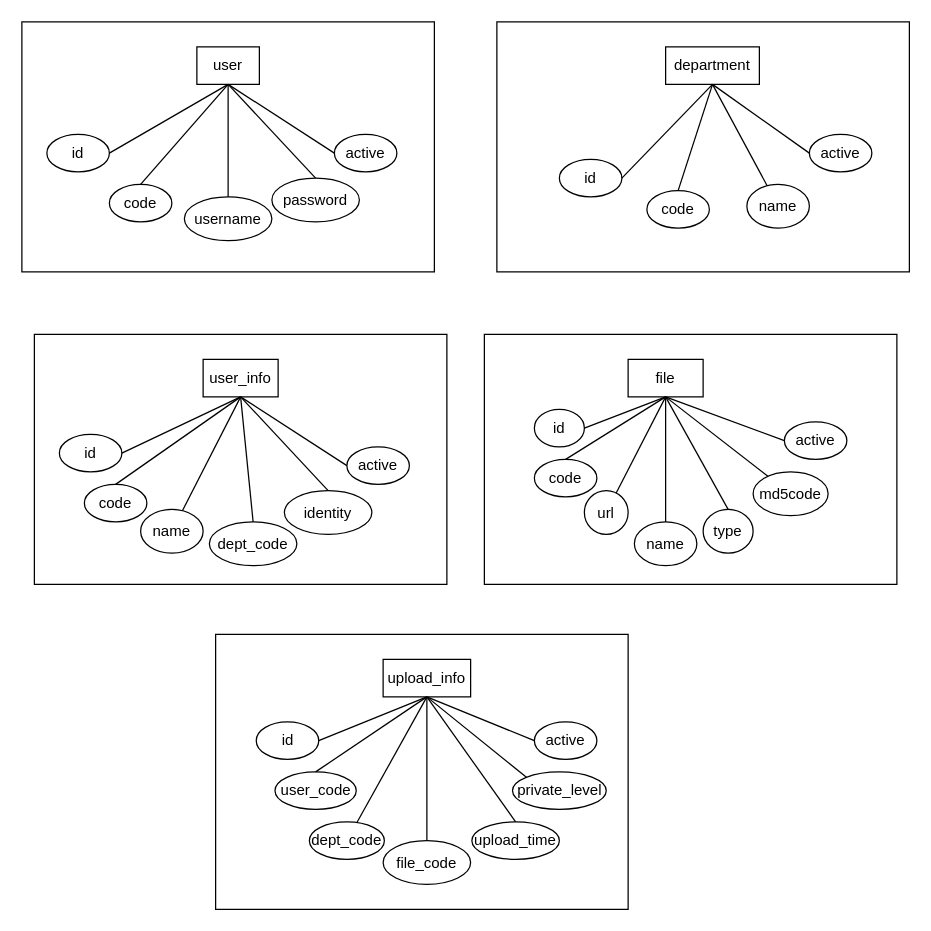
Above: er1.drawio in ppp-203/ppp-203 (draw.io), before the change. Source tidied: cells renumbered, new cells numbered last; positions are measured from the earlier drawing's top-left corner, leaving out a move shared by most shapes. Both pictures are drawn from the tidied source at 125%, with x=0, y=0 at pixel (21, 21).
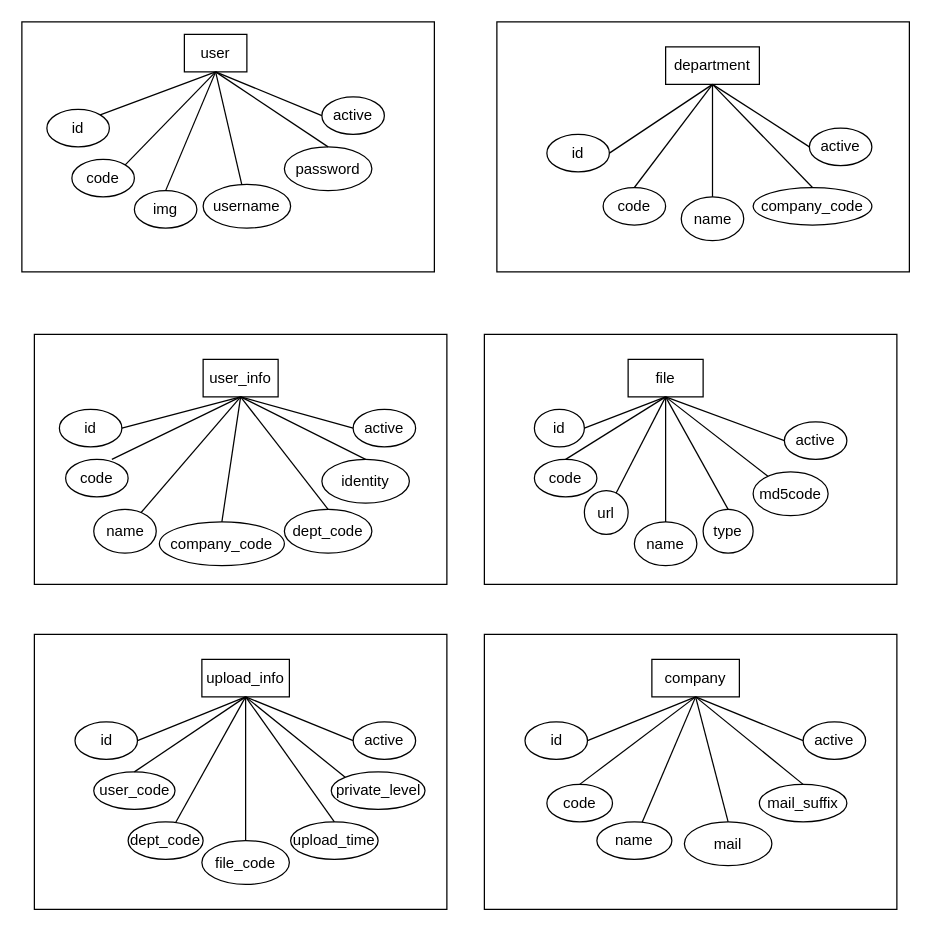
The same diagram, later.

Unchanged cells that the change refers to:
```xml
<mxCell id="15" value="user_info" style="rounded=0;whiteSpace=wrap;html=1;" parent="1" vertex="1">
  <mxGeometry x="145" y="270" width="60" height="30" as="geometry" />
</mxCell>
<mxCell id="29" value="department" style="rounded=0;whiteSpace=wrap;html=1;" parent="1" vertex="1">
  <mxGeometry x="515" y="20" width="75" height="30" as="geometry" />
</mxCell>
```

The edit, as a diff of the source:
```diff
@@
     <mxCell id="3" value="user" style="rounded=0;whiteSpace=wrap;html=1;" parent="1" vertex="1">
-      <mxGeometry x="140" y="20" width="50" height="30" as="geometry" />
+      <mxGeometry x="130" y="10" width="50" height="30" as="geometry" />
     </mxCell>
     <mxCell id="4" value="id" style="ellipse;whiteSpace=wrap;html=1;" parent="1" vertex="1">
-      <mxGeometry x="20" y="90" width="50" height="30" as="geometry" />
+      <mxGeometry x="20" y="70" width="50" height="30" as="geometry" />
     </mxCell>
     <mxCell id="5" value="code" style="ellipse;whiteSpace=wrap;html=1;" parent="1" vertex="1">
-      <mxGeometry x="70" y="130" width="50" height="30" as="geometry" />
+      <mxGeometry x="40" y="110" width="50" height="30" as="geometry" />
     </mxCell>
     <mxCell id="6" value="username" style="ellipse;whiteSpace=wrap;html=1;" parent="1" vertex="1">
-      <mxGeometry x="130" y="140" width="70" height="35" as="geometry" />
+      <mxGeometry x="145" y="130" width="70" height="35" as="geometry" />
     </mxCell>
     <mxCell id="7" value="password" style="ellipse;whiteSpace=wrap;html=1;" parent="1" vertex="1">
-      <mxGeometry x="200" y="125" width="70" height="35" as="geometry" />
+      <mxGeometry x="210" y="100" width="70" height="35" as="geometry" />
     </mxCell>
     <mxCell id="8" value="active" style="ellipse;whiteSpace=wrap;html=1;" parent="1" vertex="1">
-      <mxGeometry x="250" y="90" width="50" height="30" as="geometry" />
+      <mxGeometry x="240" y="60" width="50" height="30" as="geometry" />
     </mxCell>
-    <mxCell id="9" style="endArrow=none;html=1;rounded=0;exitX=1;exitY=0.5;exitDx=0;exitDy=0;entryX=0.5;entryY=1;entryDx=0;entryDy=0;" parent="1" edge="1" source="4" target="3">
+    <mxCell id="9" style="endArrow=none;html=1;rounded=0;exitX=1;exitY=0;exitDx=0;exitDy=0;entryX=0.5;entryY=1;entryDx=0;entryDy=0;" parent="1" edge="1" source="4" target="3">
       <mxGeometry relative="1" as="geometry" />
     </mxCell>
-    <mxCell id="10" style="endArrow=none;html=1;rounded=0;exitX=0.5;exitY=0;exitDx=0;exitDy=0;entryX=0.5;entryY=1;entryDx=0;entryDy=0;" parent="1" edge="1" source="5" target="3">
+    <mxCell id="10" style="endArrow=none;html=1;rounded=0;exitX=1;exitY=0;exitDx=0;exitDy=0;entryX=0.5;entryY=1;entryDx=0;entryDy=0;" parent="1" edge="1" source="5" target="3">
       <mxGeometry relative="1" as="geometry" />
     </mxCell>
@@
     <mxCell id="16" value="id" style="ellipse;whiteSpace=wrap;html=1;" parent="1" vertex="1">
-      <mxGeometry x="30" y="330" width="50" height="30" as="geometry" />
+      <mxGeometry x="30" y="310" width="50" height="30" as="geometry" />
     </mxCell>
     <mxCell id="17" value="code" style="ellipse;whiteSpace=wrap;html=1;" parent="1" vertex="1">
-      <mxGeometry x="50" y="370" width="50" height="30" as="geometry" />
+      <mxGeometry x="35" y="350" width="50" height="30" as="geometry" />
     </mxCell>
     <mxCell id="18" value="name" style="ellipse;whiteSpace=wrap;html=1;" parent="1" vertex="1">
-      <mxGeometry x="95" y="390" width="50" height="35" as="geometry" />
+      <mxGeometry x="57.5" y="390" width="50" height="35" as="geometry" />
     </mxCell>
     <mxCell id="19" value="identity" style="ellipse;whiteSpace=wrap;html=1;" parent="1" vertex="1">
-      <mxGeometry x="210" y="375" width="70" height="35" as="geometry" />
+      <mxGeometry x="240" y="350" width="70" height="35" as="geometry" />
     </mxCell>
     <mxCell id="20" value="active" style="ellipse;whiteSpace=wrap;html=1;" parent="1" vertex="1">
-      <mxGeometry x="260" y="340" width="50" height="30" as="geometry" />
+      <mxGeometry x="265" y="310" width="50" height="30" as="geometry" />
     </mxCell>
@@
-    <mxCell id="22" style="endArrow=none;html=1;rounded=0;exitX=0.5;exitY=0;exitDx=0;exitDy=0;entryX=0.5;entryY=1;entryDx=0;entryDy=0;" parent="1" edge="1" source="17" target="15">
+    <mxCell id="22" style="endArrow=none;html=1;rounded=0;exitX=0.74;exitY=0;exitDx=0;exitDy=0;entryX=0.5;entryY=1;entryDx=0;entryDy=0;exitPerimeter=0;" parent="1" edge="1" source="17" target="15">
       <mxGeometry relative="1" as="geometry" />
     </mxCell>
@@
     <mxCell id="26" value="dept_code" style="ellipse;whiteSpace=wrap;html=1;" parent="1" vertex="1">
-      <mxGeometry x="150" y="400" width="70" height="35" as="geometry" />
+      <mxGeometry x="210" y="390" width="70" height="35" as="geometry" />
     </mxCell>
@@
     <mxCell id="30" value="id" style="ellipse;whiteSpace=wrap;html=1;" parent="1" vertex="1">
-      <mxGeometry x="430" y="110" width="50" height="30" as="geometry" />
+      <mxGeometry x="420" y="90" width="50" height="30" as="geometry" />
     </mxCell>
     <mxCell id="31" value="code" style="ellipse;whiteSpace=wrap;html=1;" parent="1" vertex="1">
-      <mxGeometry x="500" y="135" width="50" height="30" as="geometry" />
+      <mxGeometry x="465" y="132.5" width="50" height="30" as="geometry" />
     </mxCell>
     <mxCell id="32" value="name" style="ellipse;whiteSpace=wrap;html=1;" parent="1" vertex="1">
-      <mxGeometry x="580" y="130" width="50" height="35" as="geometry" />
+      <mxGeometry x="527.5" y="140" width="50" height="35" as="geometry" />
     </mxCell>
     <mxCell id="33" value="active" style="ellipse;whiteSpace=wrap;html=1;" parent="1" vertex="1">
-      <mxGeometry x="630" y="90" width="50" height="30" as="geometry" />
+      <mxGeometry x="630" y="85" width="50" height="30" as="geometry" />
     </mxCell>
@@
     <mxCell id="54" style="rounded=0;whiteSpace=wrap;html=1;" parent="1" vertex="1">
-      <mxGeometry x="155" y="490" width="330" height="220" as="geometry" />
+      <mxGeometry x="10" y="490" width="330" height="220" as="geometry" />
     </mxCell>
     <mxCell id="55" value="upload_info" style="rounded=0;whiteSpace=wrap;html=1;" parent="1" vertex="1">
-      <mxGeometry x="289" y="510" width="70" height="30" as="geometry" />
+      <mxGeometry x="144" y="510" width="70" height="30" as="geometry" />
     </mxCell>
     <mxCell id="56" value="id" style="ellipse;whiteSpace=wrap;html=1;" parent="1" vertex="1">
-      <mxGeometry x="187.5" y="560" width="50" height="30" as="geometry" />
+      <mxGeometry x="42.5" y="560" width="50" height="30" as="geometry" />
     </mxCell>
     <mxCell id="57" value="user_code" style="ellipse;whiteSpace=wrap;html=1;" parent="1" vertex="1">
-      <mxGeometry x="202.5" y="600" width="65" height="30" as="geometry" />
+      <mxGeometry x="57.5" y="600" width="65" height="30" as="geometry" />
     </mxCell>
     <mxCell id="58" value="dept_code" style="ellipse;whiteSpace=wrap;html=1;" parent="1" vertex="1">
-      <mxGeometry x="230" y="640" width="60" height="30" as="geometry" />
+      <mxGeometry x="85" y="640" width="60" height="30" as="geometry" />
     </mxCell>
     <mxCell id="59" value="upload_time" style="ellipse;whiteSpace=wrap;html=1;" parent="1" vertex="1">
-      <mxGeometry x="360" y="640" width="70" height="30" as="geometry" />
+      <mxGeometry x="215" y="640" width="70" height="30" as="geometry" />
     </mxCell>
     <mxCell id="60" value="active" style="ellipse;whiteSpace=wrap;html=1;" parent="1" vertex="1">
-      <mxGeometry x="410" y="560" width="50" height="30" as="geometry" />
+      <mxGeometry x="265" y="560" width="50" height="30" as="geometry" />
     </mxCell>
@@
     <mxCell id="66" value="file_code" style="ellipse;whiteSpace=wrap;html=1;" parent="1" vertex="1">
-      <mxGeometry x="289" y="655" width="70" height="35" as="geometry" />
+      <mxGeometry x="144" y="655" width="70" height="35" as="geometry" />
     </mxCell>
@@
     <mxCell id="68" value="private_level" style="ellipse;whiteSpace=wrap;html=1;" parent="1" vertex="1">
-      <mxGeometry x="392.5" y="600" width="75" height="30" as="geometry" />
+      <mxGeometry x="247.5" y="600" width="75" height="30" as="geometry" />
     </mxCell>
@@
+    <mxCell id="70" value="img" style="ellipse;whiteSpace=wrap;html=1;" parent="1" vertex="1">
+      <mxGeometry x="90" y="135" width="50" height="30" as="geometry" />
+    </mxCell>
+    <mxCell id="71" style="endArrow=none;html=1;rounded=0;exitX=0.5;exitY=0;exitDx=0;exitDy=0;entryX=0.5;entryY=1;entryDx=0;entryDy=0;" parent="1" edge="1" source="70" target="3">
+      <mxGeometry relative="1" as="geometry" />
+    </mxCell>
+    <mxCell id="72" value="company_code" style="ellipse;whiteSpace=wrap;html=1;" parent="1" vertex="1">
+      <mxGeometry x="585" y="132.5" width="95" height="30" as="geometry" />
+    </mxCell>
+    <mxCell id="73" style="endArrow=none;html=1;rounded=0;exitX=0.5;exitY=0;exitDx=0;exitDy=0;entryX=0.5;entryY=1;entryDx=0;entryDy=0;" parent="1" edge="1" source="72" target="29">
+      <mxGeometry relative="1" as="geometry" />
+    </mxCell>
+    <mxCell id="74" style="rounded=0;whiteSpace=wrap;html=1;" parent="1" vertex="1">
+      <mxGeometry x="370" y="490" width="330" height="220" as="geometry" />
+    </mxCell>
+    <mxCell id="75" value="company" style="rounded=0;whiteSpace=wrap;html=1;" parent="1" vertex="1">
+      <mxGeometry x="504" y="510" width="70" height="30" as="geometry" />
+    </mxCell>
+    <mxCell id="76" value="id" style="ellipse;whiteSpace=wrap;html=1;" parent="1" vertex="1">
+      <mxGeometry x="402.5" y="560" width="50" height="30" as="geometry" />
+    </mxCell>
+    <mxCell id="77" value="code" style="ellipse;whiteSpace=wrap;html=1;" parent="1" vertex="1">
+      <mxGeometry x="420" y="610" width="52.5" height="30" as="geometry" />
+    </mxCell>
+    <mxCell id="78" value="name" style="ellipse;whiteSpace=wrap;html=1;" parent="1" vertex="1">
+      <mxGeometry x="460" y="640" width="60" height="30" as="geometry" />
+    </mxCell>
+    <mxCell id="79" value="mail_suffix" style="ellipse;whiteSpace=wrap;html=1;" parent="1" vertex="1">
+      <mxGeometry x="590" y="610" width="70" height="30" as="geometry" />
+    </mxCell>
+    <mxCell id="80" value="active" style="ellipse;whiteSpace=wrap;html=1;" parent="1" vertex="1">
+      <mxGeometry x="625" y="560" width="50" height="30" as="geometry" />
+    </mxCell>
+    <mxCell id="81" style="endArrow=none;html=1;rounded=0;exitX=1;exitY=0.5;exitDx=0;exitDy=0;entryX=0.5;entryY=1;entryDx=0;entryDy=0;" parent="1" edge="1" source="76" target="75">
+      <mxGeometry relative="1" as="geometry" />
+    </mxCell>
+    <mxCell id="82" style="endArrow=none;html=1;rounded=0;exitX=0.5;exitY=0;exitDx=0;exitDy=0;entryX=0.5;entryY=1;entryDx=0;entryDy=0;" parent="1" edge="1" source="77" target="75">
+      <mxGeometry relative="1" as="geometry" />
+    </mxCell>
+    <mxCell id="83" style="endArrow=none;html=1;rounded=0;entryX=0.5;entryY=1;entryDx=0;entryDy=0;" parent="1" edge="1" source="78" target="75">
+      <mxGeometry relative="1" as="geometry" />
+    </mxCell>
+    <mxCell id="84" style="endArrow=none;html=1;rounded=0;exitX=0.5;exitY=0;exitDx=0;exitDy=0;entryX=0.5;entryY=1;entryDx=0;entryDy=0;" parent="1" edge="1" source="79" target="75">
+      <mxGeometry relative="1" as="geometry" />
+    </mxCell>
+    <mxCell id="85" style="endArrow=none;html=1;rounded=0;exitX=0;exitY=0.5;exitDx=0;exitDy=0;entryX=0.5;entryY=1;entryDx=0;entryDy=0;" parent="1" edge="1" source="80" target="75">
+      <mxGeometry relative="1" as="geometry" />
+    </mxCell>
+    <mxCell id="86" value="mail" style="ellipse;whiteSpace=wrap;html=1;" parent="1" vertex="1">
+      <mxGeometry x="530" y="640" width="70" height="35" as="geometry" />
+    </mxCell>
+    <mxCell id="87" style="endArrow=none;html=1;rounded=0;exitX=0.5;exitY=0;exitDx=0;exitDy=0;entryX=0.5;entryY=1;entryDx=0;entryDy=0;" parent="1" edge="1" source="86" target="75">
+      <mxGeometry relative="1" as="geometry" />
+    </mxCell>
+    <mxCell id="88" value="company_code" style="ellipse;whiteSpace=wrap;html=1;" parent="1" vertex="1">
+      <mxGeometry x="110" y="400" width="100" height="35" as="geometry" />
+    </mxCell>
+    <mxCell id="89" style="endArrow=none;html=1;rounded=0;exitX=0.5;exitY=0;exitDx=0;exitDy=0;entryX=0.5;entryY=1;entryDx=0;entryDy=0;" parent="1" edge="1" source="88" target="15">
+      <mxGeometry relative="1" as="geometry" />
+    </mxCell>
```
